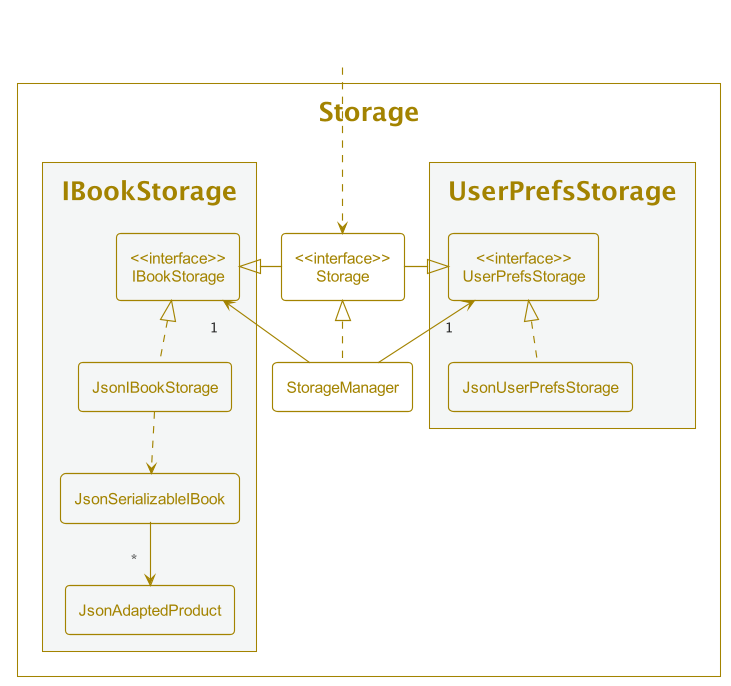
Above: docs/images/StorageClassDiagram.png in nus-cs2103-AY2122S2/tp (PlantUML), before the change.
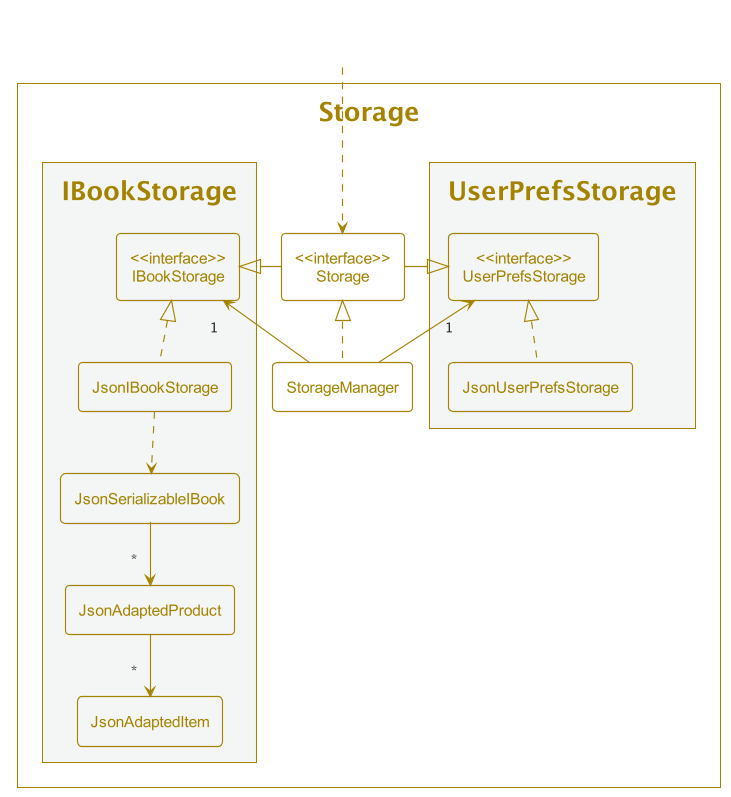
Above is the later version.

Diff of the diagram source:
```diff
@@ -18,6 +18,7 @@
         class JsonIBookStorage<<Storage>>
         class JsonSerializableIBook<<Storage>>
         class JsonAdaptedProduct<<Storage>>
+        class JsonAdaptedItem<<Storage>>
     }
 
 }
@@ -36,5 +37,6 @@
 JsonIBookStorage .up.|> IBookStorage
 JsonIBookStorage ..> JsonSerializableIBook
 JsonSerializableIBook --> "*" JsonAdaptedProduct
+JsonAdaptedProduct --> "*" JsonAdaptedItem
 
 @enduml
```
